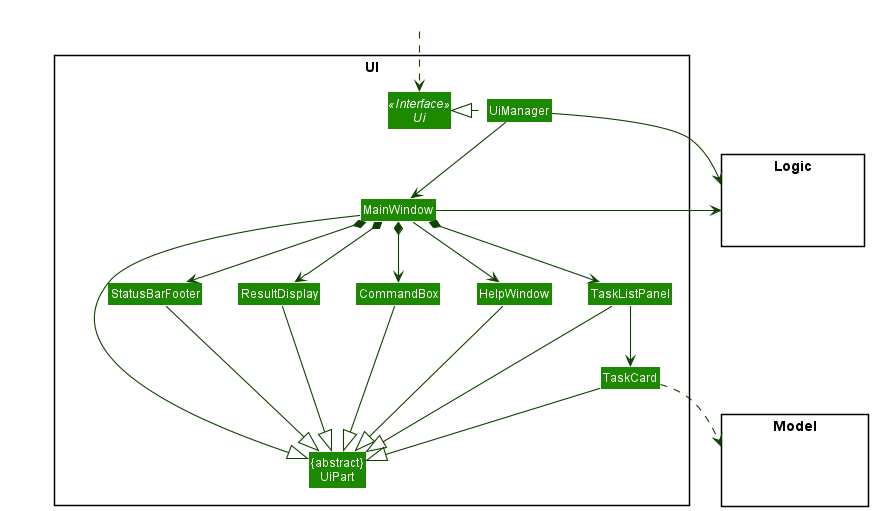
Above: docs/images/UiClassDiagram.png in nus-cs2103-AY2021S2/tp (PlantUML), before the change.
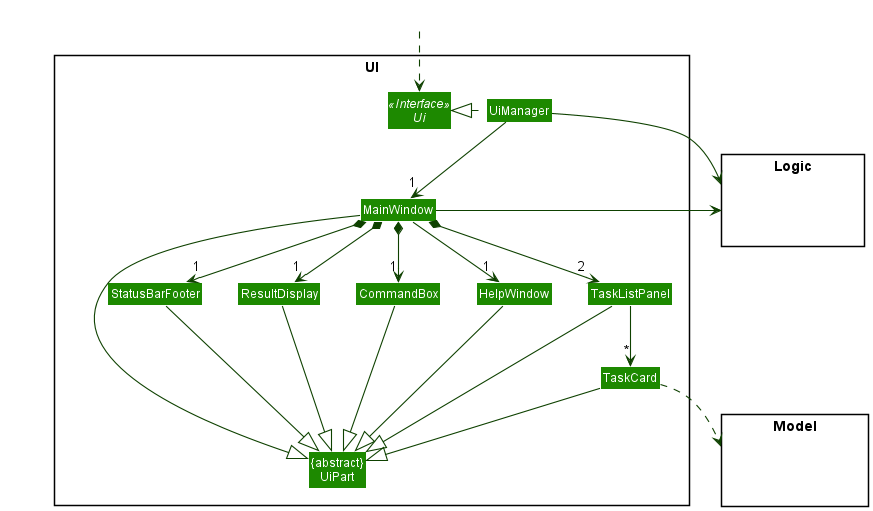
After the commit.

Diff of the diagram source:
```diff
@@ -29,14 +29,14 @@
 HiddenOutside ..> Ui
 
 UiManager .left.|> Ui
-UiManager -down-> MainWindow
-MainWindow --> HelpWindow
-MainWindow *-down-> CommandBox
-MainWindow *-down-> ResultDisplay
-MainWindow *-down-> TaskListPanel
-MainWindow *-down-> StatusBarFooter
+UiManager -down-> "1" MainWindow
+MainWindow --> "1" HelpWindow
+MainWindow *-down-> "1" CommandBox
+MainWindow *-down-> "1" ResultDisplay
+MainWindow *-down-> "2" TaskListPanel
+MainWindow *-down-> "1" StatusBarFooter
 
-TaskListPanel -down-> TaskCard
+TaskListPanel -down-> "*" TaskCard
 
 MainWindow -left-|> UiPart
 
```
